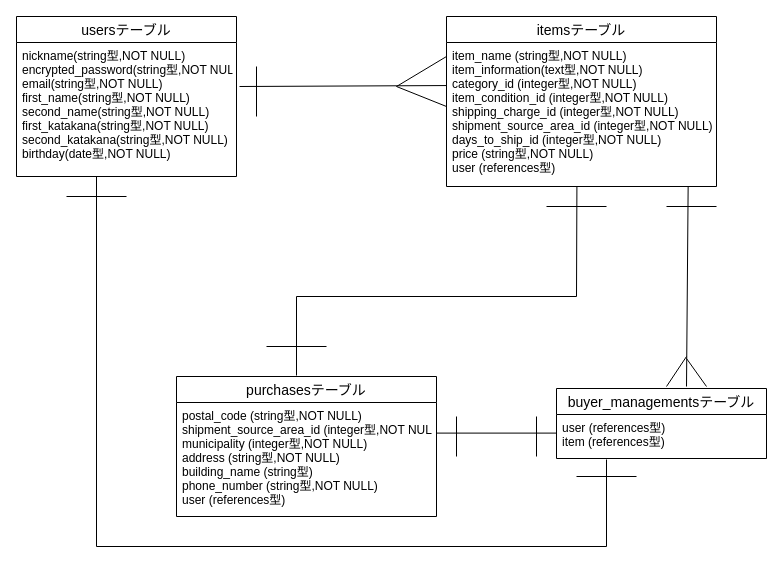
The draw.io diagram furima.dio in Tokunaga-11852/furima-33456, before the edit. Source tidied: cells renumbered, new cells numbered last; positions are measured from the earlier drawing's top-left corner, leaving out a move shared by most shapes. Both pictures are drawn from the tidied source at 100%, with x=0, y=0 at pixel (16, 16).
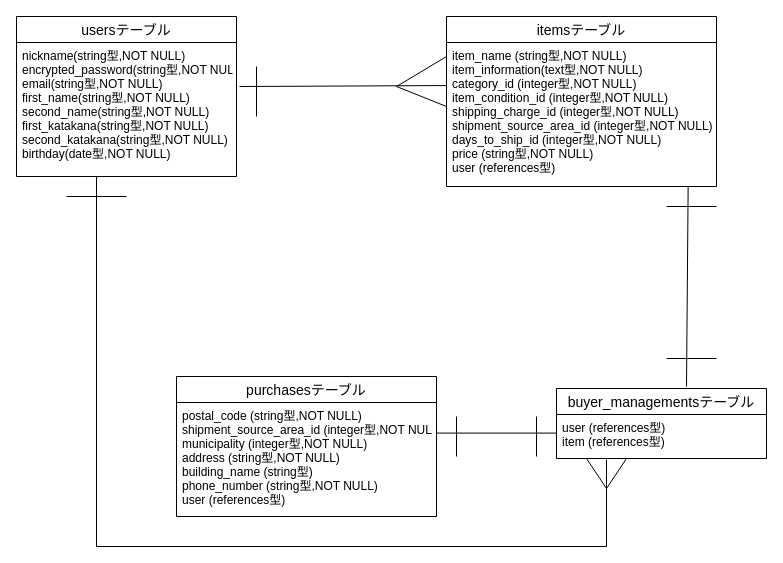
The same page after the edit.

Commit message (it also covers changes not shown here):
6回目　データベース修正

The change refers to these unchanged cells:
```xml
<mxCell id="5" value="item_name (string型,NOT NULL)&#10;item_information(text型,NOT NULL)&#10;category_id (integer型,NOT NULL)&#10;item_condition_id (integer型,NOT NULL)&#10;shipping_charge_id (integer型,NOT NULL)&#10;shipment_source_area_id (integer型,NOT NULL)&#10;days_to_ship_id (integer型,NOT NULL)&#10;price (string型,NOT NULL)&#10;user (references型)" style="text;strokeColor=none;fillColor=none;spacingLeft=4;spacingRight=4;overflow=hidden;points=[[0,0.5],[1,0.5]];portConstraint=eastwest;fontSize=12;" parent="4" vertex="1">
  <mxGeometry y="26" width="270" height="144" as="geometry" />
</mxCell>
```

What changed in the source:
```diff
@@
-    <mxCell id="12" style="endArrow=none;html=1;rounded=0;" parent="1" edge="1">
-      <mxGeometry relative="1" as="geometry">
-        <mxPoint x="280" y="280" as="sourcePoint" />
-        <mxPoint x="560" y="280" as="targetPoint" />
-      </mxGeometry>
-    </mxCell>
-    <mxCell id="13" style="endArrow=none;html=1;rounded=0;exitX=0.483;exitY=0.999;exitDx=0;exitDy=0;exitPerimeter=0;" parent="1" edge="1" source="5">
-      <mxGeometry relative="1" as="geometry">
-        <mxPoint x="560" y="280" as="targetPoint" />
-      </mxGeometry>
-    </mxCell>
@@
-    <mxCell id="15" style="endArrow=none;html=1;rounded=0;" parent="1" edge="1">
-      <mxGeometry relative="1" as="geometry">
-        <mxPoint x="530" y="190" as="sourcePoint" />
-        <mxPoint x="590" y="190" as="targetPoint" />
-      </mxGeometry>
-    </mxCell>
-    <mxCell id="16" style="endArrow=none;html=1;rounded=0;" parent="1" edge="1">
-      <mxGeometry relative="1" as="geometry">
-        <mxPoint x="310" y="330" as="sourcePoint" />
-        <mxPoint x="250" y="330" as="targetPoint" />
-      </mxGeometry>
-    </mxCell>
-    <mxCell id="17" style="endArrow=none;html=1;rounded=0;" parent="1" edge="1">
-      <mxGeometry relative="1" as="geometry">
-        <mxPoint x="280" y="359" as="sourcePoint" />
-        <mxPoint x="280" y="280" as="targetPoint" />
-      </mxGeometry>
-    </mxCell>
@@
-    <mxCell id="21" style="endArrow=none;html=1;rounded=0;" parent="1" edge="1">
-      <mxGeometry relative="1" as="geometry">
-        <mxPoint x="650" y="370" as="sourcePoint" />
-        <mxPoint x="670" y="340" as="targetPoint" />
-      </mxGeometry>
-    </mxCell>
     <mxCell id="22" style="endArrow=none;html=1;rounded=0;" parent="1" edge="1">
       <mxGeometry relative="1" as="geometry">
-        <mxPoint x="670" y="342" as="sourcePoint" />
-        <mxPoint x="690" y="370" as="targetPoint" />
+        <mxPoint x="650" y="342" as="sourcePoint" />
+        <mxPoint x="700" y="342" as="targetPoint" />
       </mxGeometry>
     </mxCell>
@@
     <mxCell id="27" style="endArrow=none;html=1;rounded=0;" parent="1" edge="1">
       <mxGeometry relative="1" as="geometry">
-        <mxPoint x="560" y="460" as="sourcePoint" />
-        <mxPoint x="620" y="460" as="targetPoint" />
+        <mxPoint x="570" y="442" as="sourcePoint" />
+        <mxPoint x="590" y="472" as="targetPoint" />
       </mxGeometry>
     </mxCell>
@@
+    <mxCell id="32" style="endArrow=none;html=1;rounded=0;" parent="1" edge="1">
+      <mxGeometry relative="1" as="geometry">
+        <mxPoint x="590" y="472" as="sourcePoint" />
+        <mxPoint x="610" y="442" as="targetPoint" />
+      </mxGeometry>
+    </mxCell>
```
